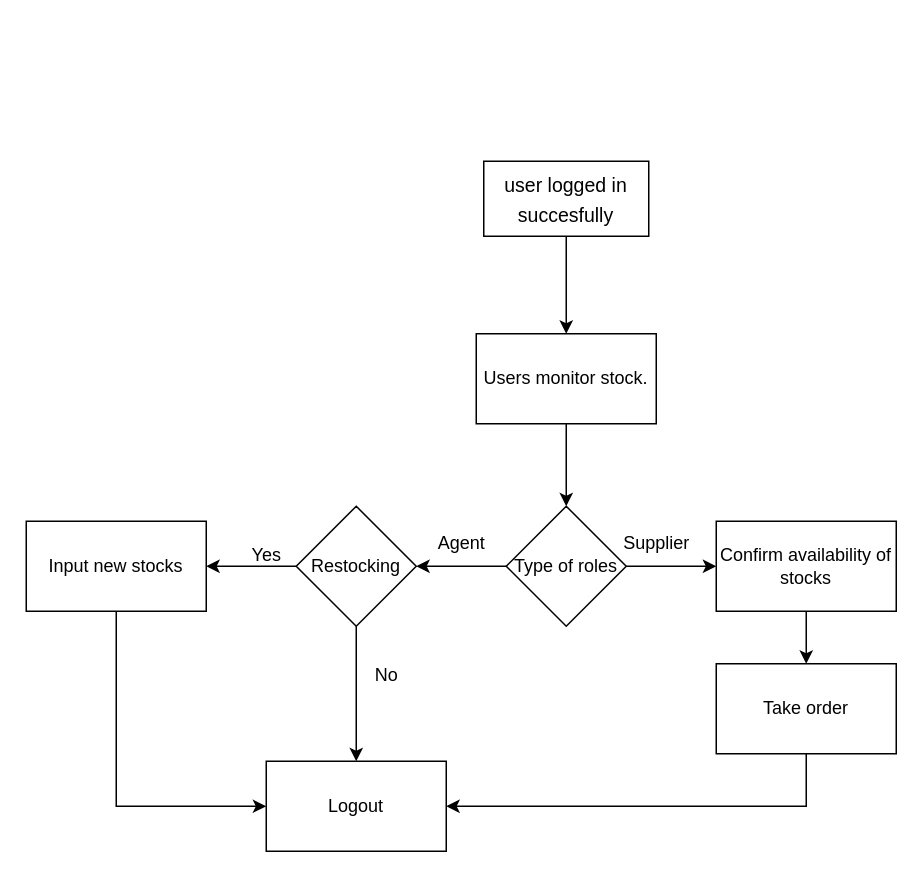
daus7768/desktop-tutorial keeps this draw.io diagram as page "m2" (2 of 4) of Untitled Diagram.drawio. Above is the earlier version. Source tidied: cells renumbered, new cells numbered last; positions are measured from the earlier drawing's top-left corner, leaving out a move shared by most shapes. Both pictures are drawn from the tidied source at 150%, with x=0, y=0 at pixel (26, 160).
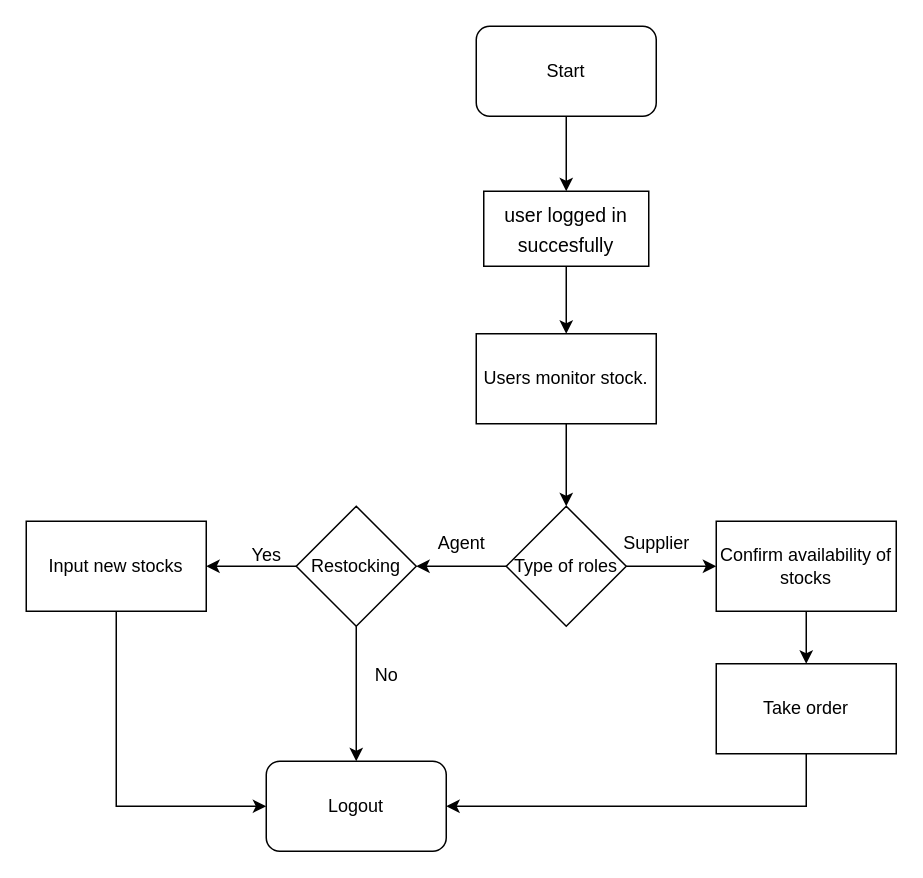
Above is the later version.

Unchanged cells that the change refers to:
```xml
<mxCell id="15" value="Restocking" style="rhombus;whiteSpace=wrap;html=1;" parent="1" vertex="1">
  <mxGeometry x="180" y="230" width="80" height="80" as="geometry" />
</mxCell>
<mxCell id="17" value="Input new stocks" style="whiteSpace=wrap;html=1;" parent="1" vertex="1">
  <mxGeometry y="240" width="120" height="60" as="geometry" />
</mxCell>
```

Change to the diagram source:
```diff
@@
     <mxCell id="3" value="&lt;font style=&quot;font-size: 13px;&quot;&gt;user logged in succesfully&lt;/font&gt;" style="rounded=0;whiteSpace=wrap;html=1;fontSize=16;" parent="1" vertex="1">
-      <mxGeometry x="305" width="110" height="50" as="geometry" />
+      <mxGeometry x="305" y="20" width="110" height="50" as="geometry" />
     </mxCell>
@@
-    <mxCell id="14" style="edgeStyle=orthogonalEdgeStyle;rounded=0;jettySize=auto;html=1;" parent="1" edge="1" source="15" target="18">
-      <mxGeometry relative="1" as="geometry" />
+    <mxCell id="14" style="edgeStyle=orthogonalEdgeStyle;rounded=0;jettySize=auto;html=1;" parent="1" edge="1" source="15">
+      <mxGeometry relative="1" as="geometry">
+        <mxPoint x="220" y="400" as="targetPoint" />
+      </mxGeometry>
     </mxCell>
@@
-    <mxCell id="16" style="edgeStyle=orthogonalEdgeStyle;rounded=0;jettySize=auto;html=1;entryX=0;entryY=0.5;entryDx=0;entryDy=0;exitX=0.5;exitY=1;exitDx=0;exitDy=0;" parent="1" edge="1" source="17" target="18">
+    <mxCell id="16" style="edgeStyle=orthogonalEdgeStyle;rounded=0;jettySize=auto;html=1;entryX=0;entryY=0.5;entryDx=0;entryDy=0;exitX=0.5;exitY=1;exitDx=0;exitDy=0;" parent="1" edge="1" source="17">
       <mxGeometry relative="1" as="geometry">
+        <mxPoint x="160" y="430" as="targetPoint" />
         <Array as="points">
           <mxPoint x="60" y="430" />
         </Array>
       </mxGeometry>
     </mxCell>
@@
-    <mxCell id="18" value="Logout" style="whiteSpace=wrap;html=1;" parent="1" vertex="1">
-      <mxGeometry x="160" y="400" width="120" height="60" as="geometry" />
-    </mxCell>
@@
+    <mxCell id="23" style="edgeStyle=orthogonalEdgeStyle;rounded=0;jettySize=auto;html=1;" parent="1" edge="1" source="24" target="3">
+      <mxGeometry relative="1" as="geometry" />
+    </mxCell>
+    <mxCell id="24" value="Start" style="rounded=1;whiteSpace=wrap;html=1;" parent="1" vertex="1">
+      <mxGeometry x="300" y="-90" width="120" height="60" as="geometry" />
+    </mxCell>
+    <mxCell id="18" value="Logout" style="rounded=1;whiteSpace=wrap;html=1;" parent="1" vertex="1">
+      <mxGeometry x="160" y="400" width="120" height="60" as="geometry" />
+    </mxCell>
```
